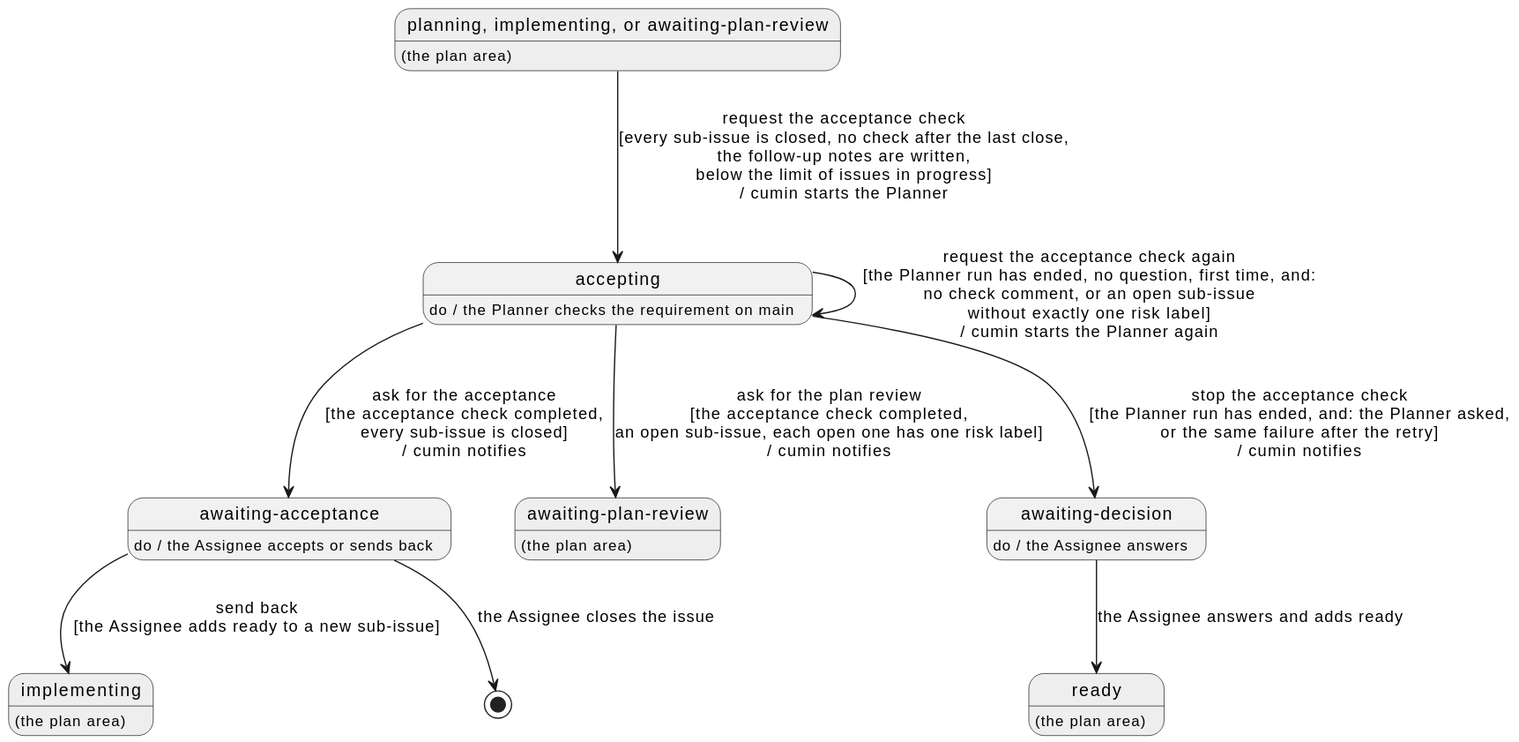
The PlantUML diagram docs/ja/requirements/accept/overview.svg in cloveclovedev/cumin-works, before a commit.
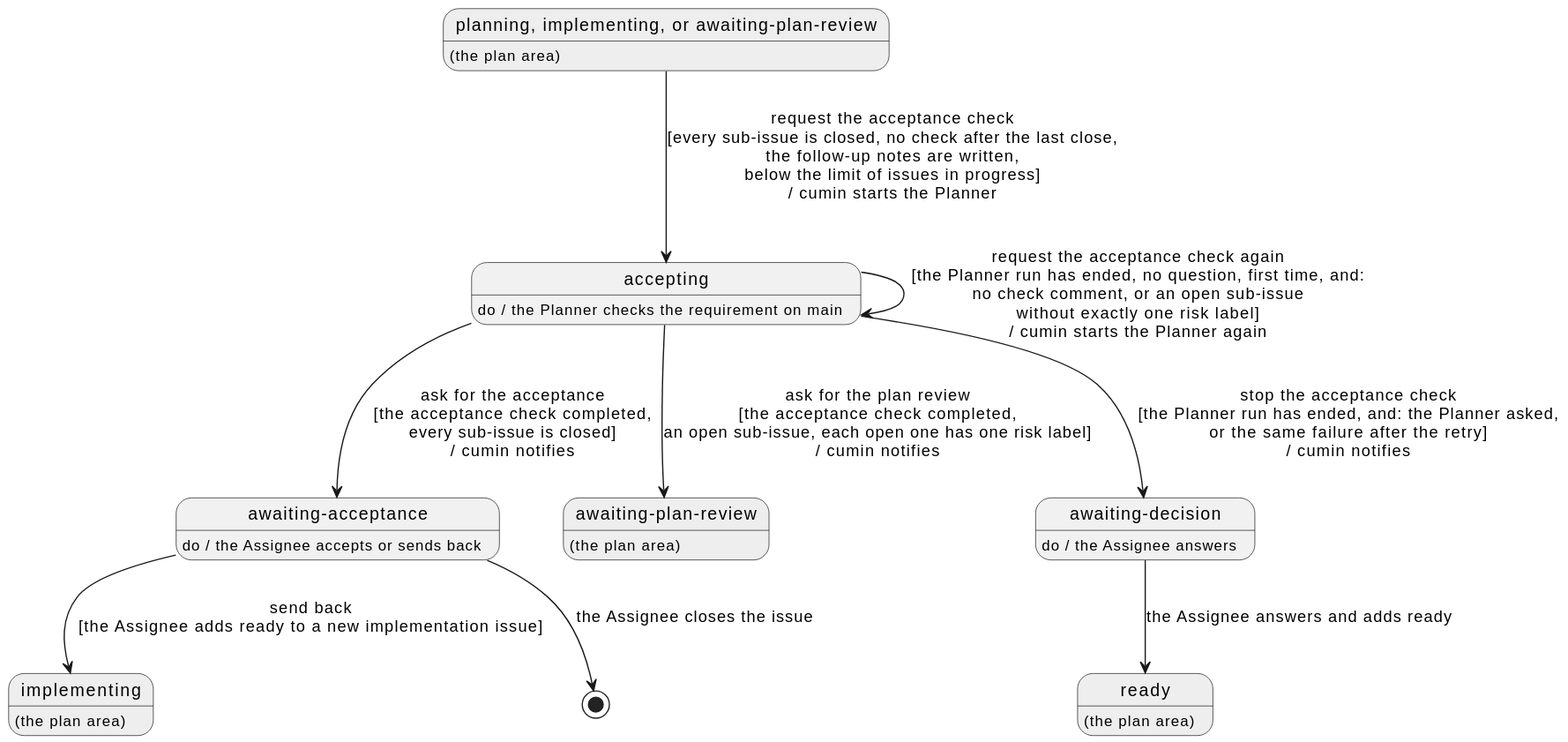
The same file after the commit.

Commit message:
docs(requirements): say what cumin does after the Assignee sends back

ACCEPT-008 names the added issues implementation issues, and refers to
PLAN-007 for the move to implementing and to ACCEPT-001 for the next
acceptance check.

Claude-Session: https://claude.ai/code/session_016tkMojagRLLJdZue2gpRyn

Change to the diagram source:
```diff
@@ -29,6 +29,6 @@
 Accepting --> Accepting : request the acceptance check again\n[the Planner run has ended, no question, first time, and:\nno check comment, or an open sub-issue\nwithout exactly one risk label]\n/ cumin starts the Planner again
 Accepting --> Decision : stop the acceptance check\n[the Planner run has ended, and: the Planner asked,\nor the same failure after the retry]\n/ cumin notifies
 AwaitingAcceptance --> [*] : the Assignee closes the issue
-AwaitingAcceptance --> Implementing : send back\n[the Assignee adds ready to a new sub-issue]
+AwaitingAcceptance --> Implementing : send back\n[the Assignee adds ready to a new implementation issue]
 Decision --> Ready : the Assignee answers and adds ready
 @enduml
```
